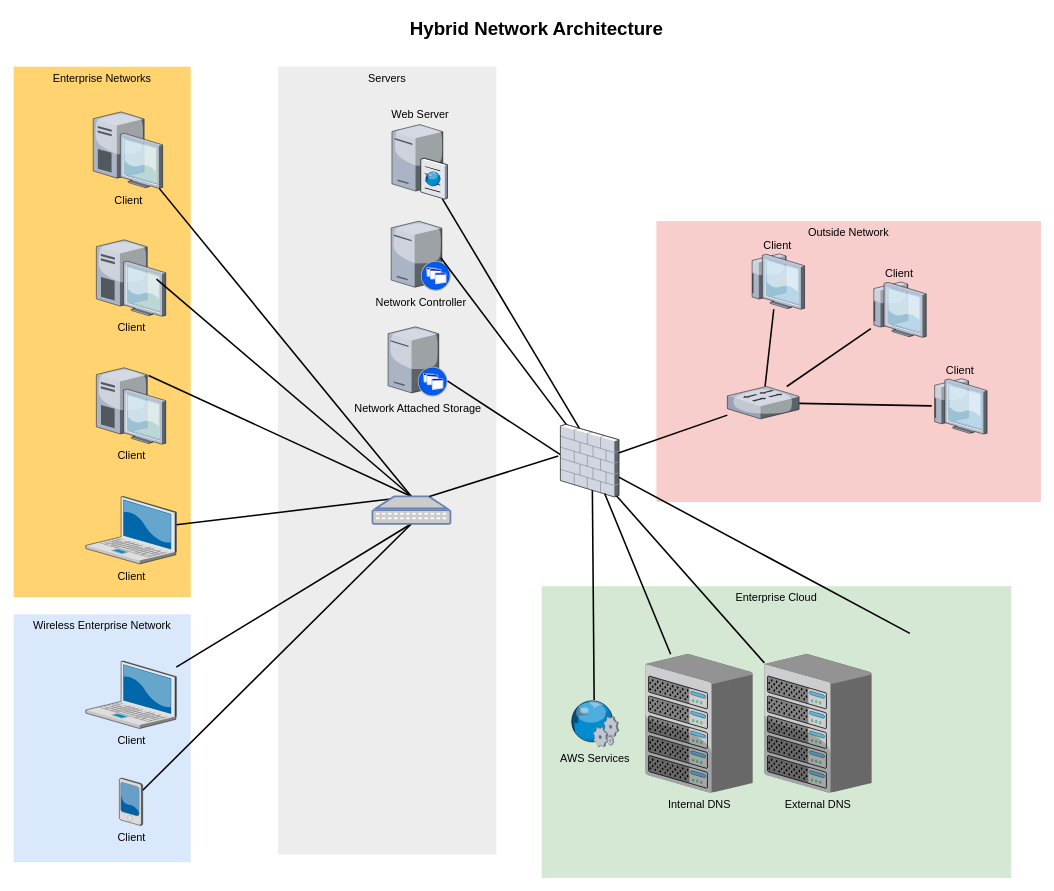
vjbarayuga/Network_Diagrams keeps this draw.io diagram as Untitled Diagram.drawio. Above is the earlier version. Source tidied: cells renumbered, new cells numbered last; positions are measured from the earlier drawing's top-left corner, leaving out a move shared by most shapes. Both pictures are drawn from the tidied source at 78%, with x=0, y=0 at pixel (13, 13).
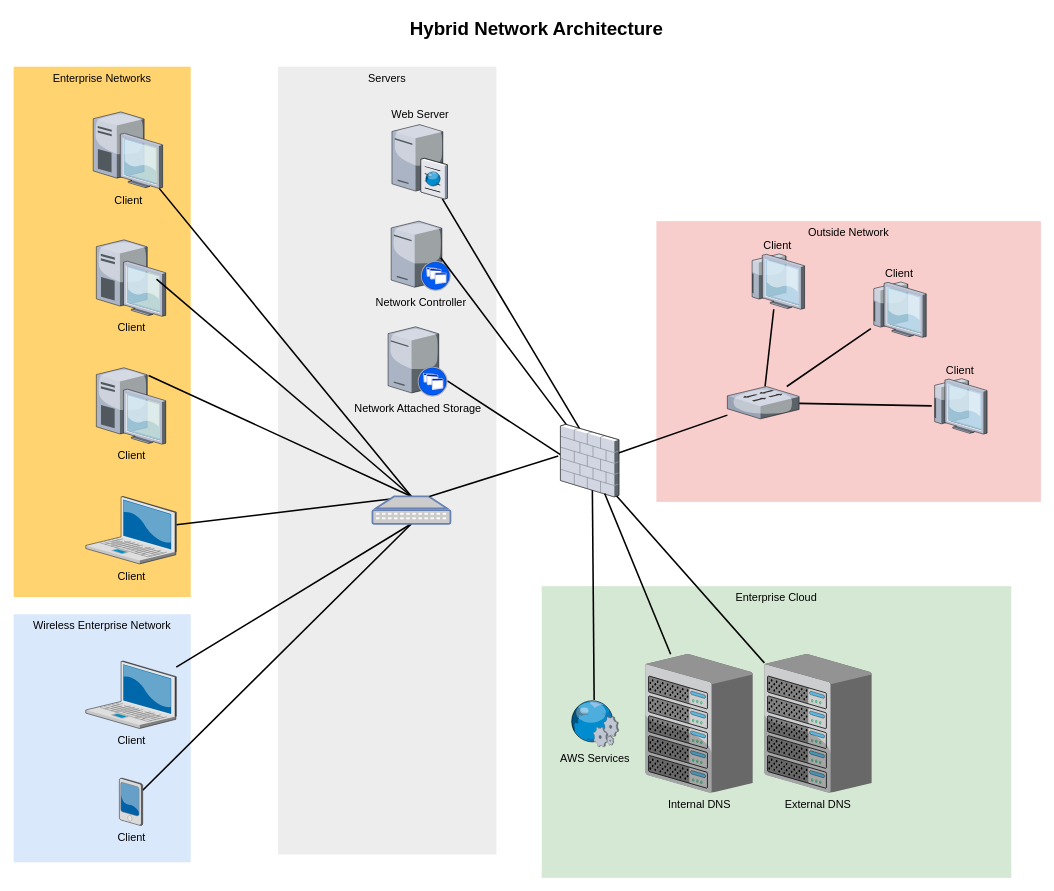
After the change.

Change to the diagram source:
```diff
@@
-    <mxCell id="24" style="edgeStyle=none;rounded=0;html=1;startSize=10;endSize=10;jettySize=auto;orthogonalLoop=1;fontSize=14;endArrow=none;endFill=0;strokeWidth=2;" parent="1" edge="1">
-      <mxGeometry relative="1" as="geometry">
-        <mxPoint x="768" y="590" as="sourcePoint" />
-        <mxPoint x="1149" y="794.5" as="targetPoint" />
-      </mxGeometry>
-    </mxCell>
```
